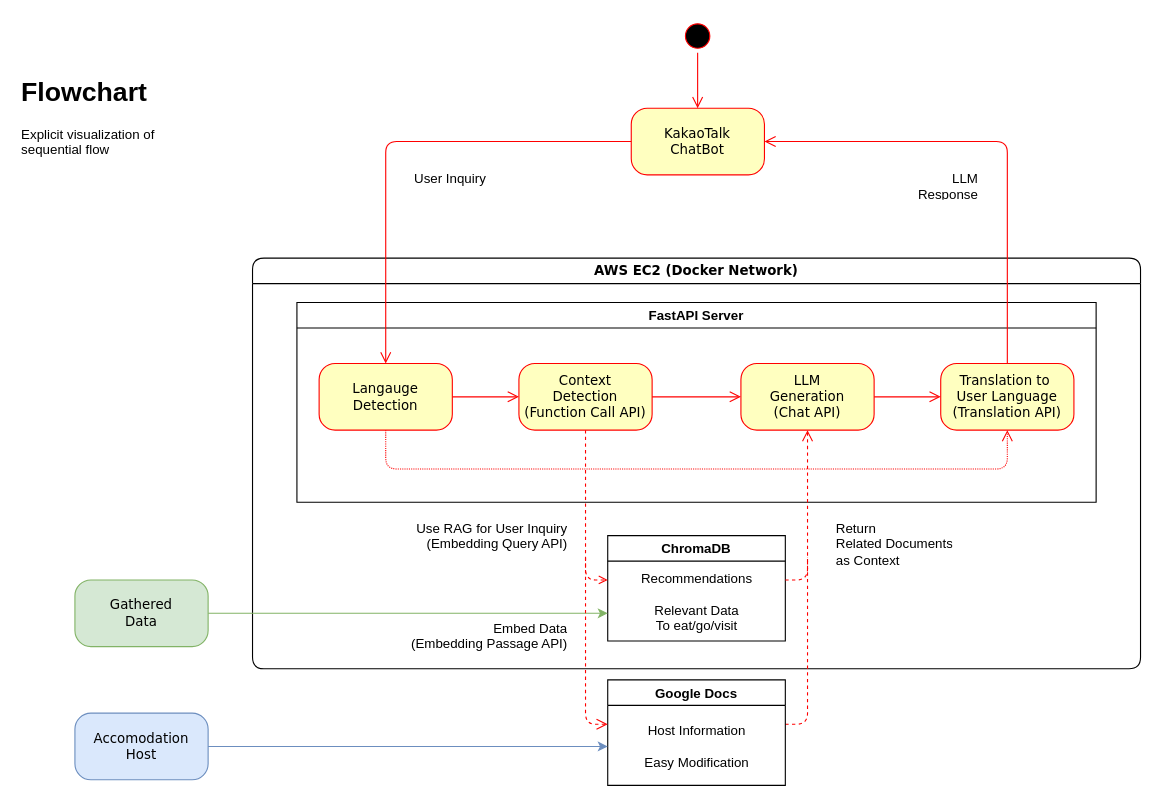
This is page "Page-1" (1 of 2) of Flowchart.drawio from Git-Push-Gang/chat-jeju, a draw.io file, before an edit. Source tidied: cells renumbered, new cells numbered last; positions are measured from the earlier drawing's top-left corner, leaving out a move shared by most shapes. Both pictures are drawn from the tidied source at 111%, with x=0, y=0 at pixel (19, 19).
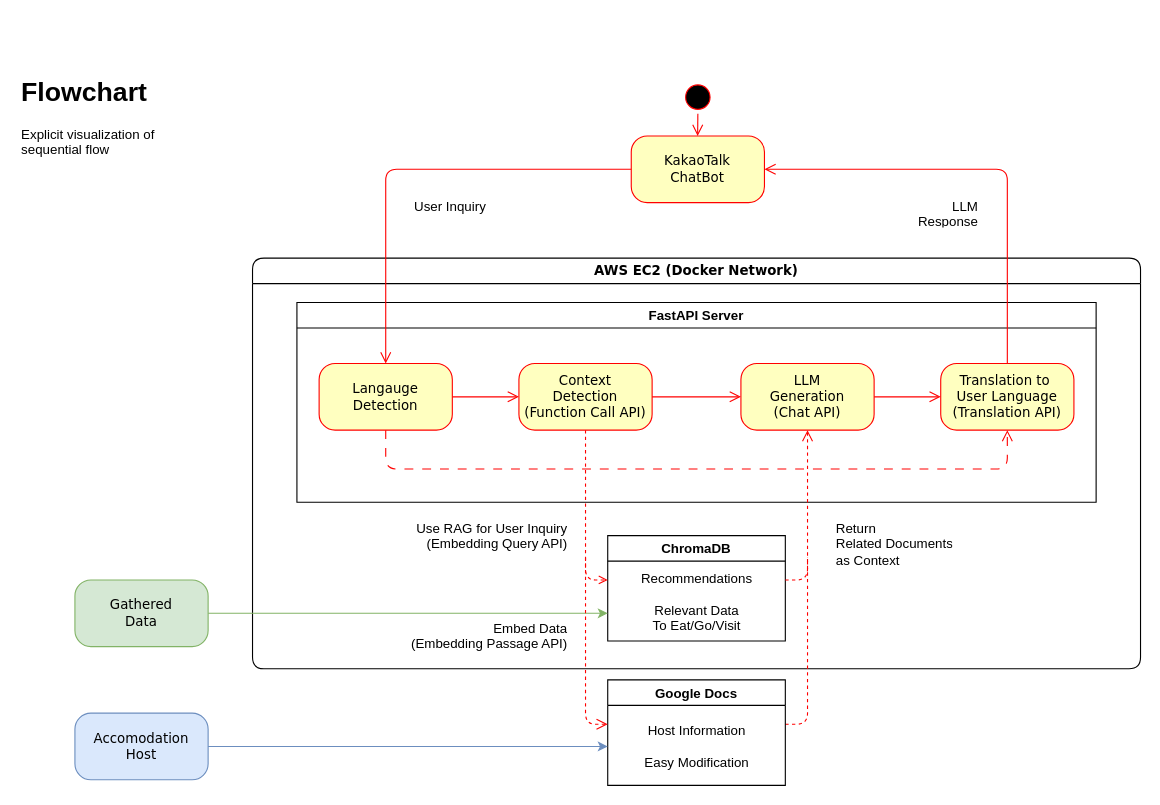
Above is the later version.

The change refers to these unchanged cells:
```xml
<mxCell id="3" value="FastAPI Server" style="swimlane;" parent="2" vertex="1">
  <mxGeometry x="40" y="40" width="720" height="180" as="geometry" />
</mxCell>
<mxCell id="4" value="Langauge&lt;div&gt;Detection&lt;/div&gt;" style="rounded=1;whiteSpace=wrap;html=1;arcSize=24;fillColor=#ffffc0;strokeColor=#ff0000;shadow=0;comic=0;labelBackgroundColor=none;fontFamily=Verdana;fontSize=12;fontColor=#000000;align=center;" parent="3" vertex="1">
  <mxGeometry x="20" y="55" width="120" height="60" as="geometry" />
</mxCell>
<mxCell id="7" value="Translation to&amp;nbsp;&lt;div&gt;User Language&lt;div&gt;(Translation API)&lt;/div&gt;&lt;/div&gt;" style="rounded=1;whiteSpace=wrap;html=1;arcSize=24;fillColor=#ffffc0;strokeColor=#ff0000;shadow=0;comic=0;labelBackgroundColor=none;fontFamily=Verdana;fontSize=12;fontColor=#000000;align=center;" parent="3" vertex="1">
  <mxGeometry x="580" y="55" width="120" height="60" as="geometry" />
</mxCell>
<mxCell id="13" value="ChromaDB" style="swimlane;" parent="2" vertex="1">
  <mxGeometry x="320" y="250" width="160" height="95" as="geometry" />
</mxCell>
<mxCell id="25" value="KakaoTalk&lt;div&gt;ChatBot&lt;/div&gt;" style="rounded=1;whiteSpace=wrap;html=1;arcSize=24;fillColor=#ffffc0;strokeColor=#ff0000;shadow=0;comic=0;labelBackgroundColor=none;fontFamily=Verdana;fontSize=12;fontColor=#000000;align=center;" parent="23" vertex="1">
  <mxGeometry x="231.2" y="80" width="120" height="60" as="geometry" />
</mxCell>
```

Diff of the diagram source:
```diff
@@
-    <mxCell id="11" style="edgeStyle=orthogonalEdgeStyle;html=1;labelBackgroundColor=none;endArrow=open;endSize=8;strokeColor=#FF0000;fontFamily=Verdana;fontSize=12;align=left;rounded=1;curved=0;exitX=0.5;exitY=1;exitDx=0;exitDy=0;entryX=0.5;entryY=1;entryDx=0;entryDy=0;dashed=1;dashPattern=1 1;" parent="3" edge="1" source="4" target="7">
+    <mxCell id="11" style="edgeStyle=orthogonalEdgeStyle;html=1;labelBackgroundColor=none;endArrow=open;endSize=8;strokeColor=#FF0000;fontFamily=Verdana;fontSize=12;align=left;rounded=1;curved=0;exitX=0.5;exitY=1;exitDx=0;exitDy=0;entryX=0.5;entryY=1;entryDx=0;entryDy=0;dashed=1;dashPattern=8 8;" parent="3" edge="1" source="4" target="7">
       <mxGeometry relative="1" as="geometry">
         <Array as="points">
           <mxPoint x="80" y="150" />
           <mxPoint x="640" y="150" />
         </Array>
       </mxGeometry>
     </mxCell>
@@
-    <mxCell id="14" value="Recommendations&lt;div&gt;&lt;br&gt;&lt;/div&gt;&lt;div&gt;Relevant Data&lt;/div&gt;&lt;div&gt;To eat/go/visit&lt;/div&gt;" style="text;html=1;align=center;verticalAlign=middle;strokeColor=none;fillColor=none;" parent="13" vertex="1">
+    <mxCell id="14" value="Recommendations&lt;div&gt;&lt;br&gt;&lt;/div&gt;&lt;div&gt;Relevant Data&lt;/div&gt;&lt;div&gt;To Eat/Go/Visit&lt;/div&gt;" style="text;html=1;align=center;verticalAlign=middle;strokeColor=none;fillColor=none;" parent="13" vertex="1">
       <mxGeometry x="20" y="25" width="120" height="70" as="geometry" />
     </mxCell>
@@
     <mxCell id="23" style="group;" parent="1" vertex="1">
-      <mxGeometry x="320" width="600" height="190" as="geometry" />
+      <mxGeometry x="320" y="25" width="600" height="190" as="geometry" />
     </mxCell>
     <mxCell id="24" style="ellipse;html=1;shape=startState;fillColor=#000000;strokeColor=#ff0000;rounded=1;shadow=0;comic=0;labelBackgroundColor=none;fontFamily=Verdana;fontSize=12;fontColor=#000000;align=center;direction=south;" parent="23" vertex="1">
-      <mxGeometry x="276" width="30" height="30" as="geometry" />
+      <mxGeometry x="276.2" y="30" width="30" height="30" as="geometry" />
     </mxCell>
@@
     <mxCell id="29" style="edgeStyle=orthogonalEdgeStyle;html=1;labelBackgroundColor=none;endArrow=open;endSize=8;strokeColor=#FF0000;fontFamily=Verdana;fontSize=12;align=left;exitX=0;exitY=0.5;exitDx=0;exitDy=0;entryX=0.5;entryY=0;entryDx=0;entryDy=0;" parent="1" edge="1" source="25" target="4">
       <mxGeometry relative="1" as="geometry">
         <Array as="points">
-          <mxPoint x="330" y="110" />
+          <mxPoint x="330" y="135" />
         </Array>
       </mxGeometry>
     </mxCell>
     <mxCell id="30" style="edgeStyle=orthogonalEdgeStyle;html=1;labelBackgroundColor=none;endArrow=open;endSize=8;strokeColor=#FF0000;fontFamily=Verdana;fontSize=12;align=left;rounded=1;curved=0;entryX=1;entryY=0.5;entryDx=0;entryDy=0;fontStyle=1;exitX=0.5;exitY=0;exitDx=0;exitDy=0;" parent="1" edge="1" source="7" target="25">
       <mxGeometry relative="1" as="geometry">
         <Array as="points">
-          <mxPoint x="890" y="110" />
+          <mxPoint x="890" y="135" />
         </Array>
       </mxGeometry>
     </mxCell>
```
